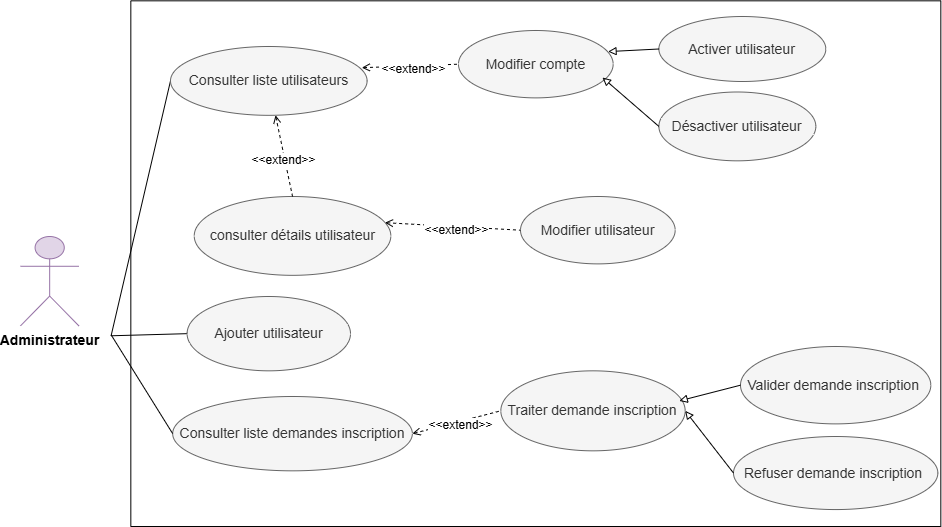
rihab-dev/Rapport-PFE keeps this draw.io diagram as Images/Gérer utilisateur.drawio.png. Above is the earlier version. Source tidied: cells renumbered, new cells last; positions are measured from the earlier drawing's top-left corner, leaving out a move shared by most shapes.
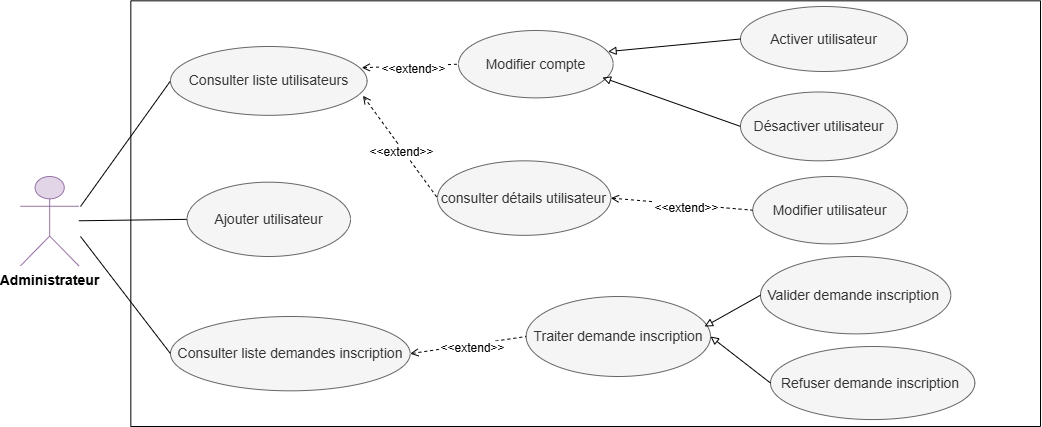
Later version of the same file.

Diff of the diagram source:
```diff
@@ -2,103 +2,101 @@
   <root>
     <mxCell id="0" />
     <mxCell id="1" parent="0" />
-    <mxCell id="2" style="endArrow=none;html=1;rounded=0;entryX=0;entryY=0.5;entryDx=0;entryDy=0;endFill=0;" parent="1" edge="1" target="11">
-      <mxGeometry relative="1" as="geometry">
-        <mxPoint x="90.6" y="335.3" as="sourcePoint" />
-      </mxGeometry>
-    </mxCell>
-    <mxCell id="3" style="endArrow=none;html=1;rounded=0;entryX=0;entryY=0.5;entryDx=0;entryDy=0;endFill=0;" parent="1" edge="1" target="10">
-      <mxGeometry relative="1" as="geometry">
-        <mxPoint x="90.6" y="335.3" as="sourcePoint" />
-      </mxGeometry>
-    </mxCell>
+    <mxCell id="30" style="endArrow=none;html=1;rounded=0;entryX=0;entryY=0.5;entryDx=0;entryDy=0;endFill=0;" parent="1" edge="1" target="11">
+      <mxGeometry relative="1" as="geometry">
+        <mxPoint x="60" y="266" as="sourcePoint" />
+      </mxGeometry>
+    </mxCell>
+    <mxCell id="31" style="endArrow=none;html=1;rounded=0;entryX=0;entryY=0.5;entryDx=0;entryDy=0;endFill=0;" parent="1" edge="1" source="4" target="10">
+      <mxGeometry relative="1" as="geometry" />
+    </mxCell>
     <mxCell id="4" value="&lt;b&gt;&lt;font style=&quot;font-size: 14px;&quot;&gt;Administrateur&lt;/font&gt;&lt;/b&gt;" style="shape=umlActor;verticalLabelPosition=bottom;verticalAlign=top;html=1;outlineConnect=0;fillColor=#e1d5e7;strokeColor=#9673a6;" parent="1" vertex="1">
       <mxGeometry y="236" width="58.3" height="89.3" as="geometry" />
     </mxCell>
-    <mxCell id="5" style="swimlane;startSize=0;" parent="1" vertex="1">
-      <mxGeometry x="110.3" y="0.3" width="810" height="525.7" as="geometry" />
-    </mxCell>
+    <mxCell id="32" style="swimlane;startSize=0;" parent="1" vertex="1">
+      <mxGeometry x="110.3" y="60.3" width="909.7" height="425.7" as="geometry" />
+    </mxCell>
-    <mxCell id="6" value="&lt;span style=&quot;font-size: 14px;&quot;&gt;consulter détails utilisateur&lt;/span&gt;" style="ellipse;whiteSpace=wrap;html=1;fillColor=#f5f5f5;fontColor=#333333;strokeColor=#666666;" parent="5" vertex="1">
-      <mxGeometry x="63.4" y="195.7" width="196.6" height="78.8" as="geometry" />
+    <mxCell id="6" value="&lt;span style=&quot;font-size: 14px;&quot;&gt;consulter détails utilisateur&lt;/span&gt;" style="ellipse;whiteSpace=wrap;html=1;fillColor=#f5f5f5;fontColor=#333333;strokeColor=#666666;" parent="32" vertex="1">
+      <mxGeometry x="306.7" y="160" width="173.3" height="74.5" as="geometry" />
     </mxCell>
-    <mxCell id="7" value="&lt;span style=&quot;font-size: 14px;&quot;&gt;Modifier compte&lt;/span&gt;" style="ellipse;whiteSpace=wrap;html=1;fillColor=#f5f5f5;fontColor=#333333;strokeColor=#666666;" parent="5" vertex="1">
+    <mxCell id="7" value="&lt;span style=&quot;font-size: 14px;&quot;&gt;Modifier compte&lt;/span&gt;" style="ellipse;whiteSpace=wrap;html=1;fillColor=#f5f5f5;fontColor=#333333;strokeColor=#666666;" parent="32" vertex="1">
       <mxGeometry x="327.7" y="29.7" width="154.7" height="67.4" as="geometry" />
     </mxCell>
-    <mxCell id="8" value="&lt;span style=&quot;font-size: 14px;&quot;&gt;Activer utilisateur&lt;/span&gt;" style="ellipse;whiteSpace=wrap;html=1;fillColor=#f5f5f5;fontColor=#333333;strokeColor=#666666;" parent="5" vertex="1">
-      <mxGeometry x="528" y="15.7" width="166.9" height="65" as="geometry" />
+    <mxCell id="8" value="&lt;span style=&quot;font-size: 14px;&quot;&gt;Activer utilisateur&lt;/span&gt;" style="ellipse;whiteSpace=wrap;html=1;fillColor=#f5f5f5;fontColor=#333333;strokeColor=#666666;" parent="32" vertex="1">
+      <mxGeometry x="609.7" y="5.7" width="166.9" height="65" as="geometry" />
     </mxCell>
-    <mxCell id="9" style="endArrow=block;html=1;rounded=0;endFill=0;exitX=0;exitY=0.5;exitDx=0;exitDy=0;entryX=0.967;entryY=0.313;entryDx=0;entryDy=0;entryPerimeter=0;" parent="5" edge="1" source="8" target="7">
+    <mxCell id="9" style="endArrow=block;html=1;rounded=0;endFill=0;exitX=0;exitY=0.5;exitDx=0;exitDy=0;entryX=0.967;entryY=0.313;entryDx=0;entryDy=0;entryPerimeter=0;" parent="32" edge="1" source="8" target="7">
       <mxGeometry relative="1" as="geometry" />
     </mxCell>
-    <mxCell id="10" value="&lt;font style=&quot;font-size: 14px;&quot;&gt;Ajouter utilisateur&lt;/font&gt;" style="ellipse;whiteSpace=wrap;html=1;fillColor=#f5f5f5;fontColor=#333333;strokeColor=#666666;" parent="5" vertex="1">
-      <mxGeometry x="56.3" y="295.7" width="163.4" height="74.3" as="geometry" />
+    <mxCell id="10" value="&lt;font style=&quot;font-size: 14px;&quot;&gt;Ajouter utilisateur&lt;/font&gt;" style="ellipse;whiteSpace=wrap;html=1;fillColor=#f5f5f5;fontColor=#333333;strokeColor=#666666;" parent="32" vertex="1">
+      <mxGeometry x="56.3" y="181.3" width="163.4" height="74.3" as="geometry" />
     </mxCell>
-    <mxCell id="11" value="&lt;font style=&quot;font-size: 14px;&quot;&gt;Consulter liste utilisateurs&lt;/font&gt;" style="ellipse;whiteSpace=wrap;html=1;fillColor=#f5f5f5;fontColor=#333333;strokeColor=#666666;" parent="5" vertex="1">
+    <mxCell id="11" value="&lt;font style=&quot;font-size: 14px;&quot;&gt;Consulter liste utilisateurs&lt;/font&gt;" style="ellipse;whiteSpace=wrap;html=1;fillColor=#f5f5f5;fontColor=#333333;strokeColor=#666666;" parent="32" vertex="1">
       <mxGeometry x="39.7" y="45.7" width="196.6" height="68.8" as="geometry" />
     </mxCell>
-    <mxCell id="12" style="endArrow=none;dashed=1;html=1;rounded=0;startArrow=open;startFill=0;entryX=0;entryY=0.5;entryDx=0;entryDy=0;exitX=0.973;exitY=0.308;exitDx=0;exitDy=0;exitPerimeter=0;" parent="5" edge="1" source="11" target="7">
+    <mxCell id="12" style="endArrow=none;dashed=1;html=1;rounded=0;startArrow=open;startFill=0;entryX=0;entryY=0.5;entryDx=0;entryDy=0;exitX=0.973;exitY=0.308;exitDx=0;exitDy=0;exitPerimeter=0;" parent="32" edge="1" source="11" target="7">
       <mxGeometry relative="1" as="geometry" />
     </mxCell>
-    <mxCell id="13" value="&lt;font style=&quot;font-size: 12px;&quot;&gt;&amp;lt;&amp;lt;extend&amp;gt;&amp;gt;&lt;/font&gt;" style="edgeLabel;html=1;align=center;verticalAlign=middle;" parent="12" vertex="1">
-      <mxGeometry x="0.05" y="-2" relative="1" as="geometry">
-        <mxPoint y="1" as="offset" />
-      </mxGeometry>
-    </mxCell>
+    <mxCell id="33" value="&lt;font style=&quot;font-size: 12px;&quot;&gt;&amp;lt;&amp;lt;extend&amp;gt;&amp;gt;&lt;/font&gt;" style="edgeLabel;html=1;align=center;verticalAlign=middle;" parent="12" vertex="1">
+      <mxGeometry x="0.05" y="-2" relative="1" as="geometry">
+        <mxPoint y="1" as="offset" />
+      </mxGeometry>
+    </mxCell>
-    <mxCell id="14" value="&lt;span style=&quot;font-size: 14px;&quot;&gt;Modifier utilisateur&lt;/span&gt;" style="ellipse;whiteSpace=wrap;html=1;fillColor=#f5f5f5;fontColor=#333333;strokeColor=#666666;" parent="5" vertex="1">
-      <mxGeometry x="389.7" y="195.7" width="154.7" height="67.4" as="geometry" />
+    <mxCell id="14" value="&lt;span style=&quot;font-size: 14px;&quot;&gt;Modifier utilisateur&lt;/span&gt;" style="ellipse;whiteSpace=wrap;html=1;fillColor=#f5f5f5;fontColor=#333333;strokeColor=#666666;" parent="32" vertex="1">
+      <mxGeometry x="621.9" y="175.7" width="154.7" height="67.4" as="geometry" />
     </mxCell>
-    <mxCell id="15" style="endArrow=none;dashed=1;html=1;rounded=0;startArrow=open;startFill=0;exitX=0.97;exitY=0.332;exitDx=0;exitDy=0;exitPerimeter=0;entryX=0;entryY=0.5;entryDx=0;entryDy=0;" parent="5" edge="1" source="6" target="14">
+    <mxCell id="15" style="endArrow=none;dashed=1;html=1;rounded=0;startArrow=open;startFill=0;exitX=1;exitY=0.5;exitDx=0;exitDy=0;entryX=0;entryY=0.5;entryDx=0;entryDy=0;" parent="32" edge="1" source="6" target="14">
       <mxGeometry relative="1" as="geometry" />
     </mxCell>
-    <mxCell id="16" value="&lt;font style=&quot;font-size: 12px;&quot;&gt;&amp;lt;&amp;lt;extend&amp;gt;&amp;gt;&lt;/font&gt;" style="edgeLabel;html=1;align=center;verticalAlign=middle;" parent="15" vertex="1">
-      <mxGeometry x="0.05" y="-2" relative="1" as="geometry">
-        <mxPoint y="1" as="offset" />
-      </mxGeometry>
-    </mxCell>
+    <mxCell id="34" value="&lt;font style=&quot;font-size: 12px;&quot;&gt;&amp;lt;&amp;lt;extend&amp;gt;&amp;gt;&lt;/font&gt;" style="edgeLabel;html=1;align=center;verticalAlign=middle;" parent="15" vertex="1">
+      <mxGeometry x="0.05" y="-2" relative="1" as="geometry">
+        <mxPoint y="1" as="offset" />
+      </mxGeometry>
+    </mxCell>
-    <mxCell id="17" style="endArrow=none;dashed=1;html=1;rounded=0;startArrow=open;startFill=0;entryX=0.5;entryY=0;entryDx=0;entryDy=0;" parent="5" edge="1" source="11" target="6">
+    <mxCell id="17" style="endArrow=none;dashed=1;html=1;rounded=0;startArrow=open;startFill=0;entryX=0;entryY=0.5;entryDx=0;entryDy=0;exitX=0.979;exitY=0.715;exitDx=0;exitDy=0;exitPerimeter=0;" parent="32" edge="1" source="11" target="6">
       <mxGeometry relative="1" as="geometry" />
     </mxCell>
-    <mxCell id="18" value="&lt;font style=&quot;font-size: 12px;&quot;&gt;&amp;lt;&amp;lt;extend&amp;gt;&amp;gt;&lt;/font&gt;" style="edgeLabel;html=1;align=center;verticalAlign=middle;" parent="17" vertex="1">
-      <mxGeometry x="0.05" y="-2" relative="1" as="geometry">
-        <mxPoint y="1" as="offset" />
-      </mxGeometry>
-    </mxCell>
+    <mxCell id="35" value="&lt;font style=&quot;font-size: 12px;&quot;&gt;&amp;lt;&amp;lt;extend&amp;gt;&amp;gt;&lt;/font&gt;" style="edgeLabel;html=1;align=center;verticalAlign=middle;" parent="17" vertex="1">
+      <mxGeometry x="0.05" y="-2" relative="1" as="geometry">
+        <mxPoint y="1" as="offset" />
+      </mxGeometry>
+    </mxCell>
-    <mxCell id="19" value="&lt;span style=&quot;font-size: 14px;&quot;&gt;Désactiver&amp;nbsp;&lt;/span&gt;&lt;span style=&quot;font-size: 14px;&quot;&gt;utilisateur&lt;/span&gt;" style="ellipse;whiteSpace=wrap;html=1;fillColor=#f5f5f5;fontColor=#333333;strokeColor=#666666;" parent="5" vertex="1">
-      <mxGeometry x="528" y="91.2" width="156.9" height="68.8" as="geometry" />
+    <mxCell id="19" value="&lt;span style=&quot;font-size: 14px;&quot;&gt;Désactiver&amp;nbsp;&lt;/span&gt;&lt;span style=&quot;font-size: 14px;&quot;&gt;utilisateur&lt;/span&gt;" style="ellipse;whiteSpace=wrap;html=1;fillColor=#f5f5f5;fontColor=#333333;strokeColor=#666666;" parent="32" vertex="1">
+      <mxGeometry x="609.7" y="91.2" width="156.9" height="68.8" as="geometry" />
     </mxCell>
-    <mxCell id="20" style="endArrow=block;html=1;rounded=0;entryX=0.931;entryY=0.698;entryDx=0;entryDy=0;endFill=0;exitX=0;exitY=0.5;exitDx=0;exitDy=0;entryPerimeter=0;" parent="5" edge="1" source="19" target="7">
+    <mxCell id="20" style="endArrow=block;html=1;rounded=0;entryX=0.931;entryY=0.698;entryDx=0;entryDy=0;endFill=0;exitX=0;exitY=0.5;exitDx=0;exitDy=0;entryPerimeter=0;" parent="32" edge="1" source="19" target="7">
       <mxGeometry relative="1" as="geometry" />
     </mxCell>
-    <mxCell id="21" value="&lt;font style=&quot;font-size: 14px;&quot;&gt;Consulter liste demandes inscription&lt;/font&gt;" style="ellipse;whiteSpace=wrap;html=1;fillColor=#f5f5f5;fontColor=#333333;strokeColor=#666666;" parent="5" vertex="1">
-      <mxGeometry x="41.9" y="395.7" width="239.7" height="74.3" as="geometry" />
+    <mxCell id="21" value="&lt;font style=&quot;font-size: 14px;&quot;&gt;Consulter liste demandes inscription&lt;/font&gt;" style="ellipse;whiteSpace=wrap;html=1;fillColor=#f5f5f5;fontColor=#333333;strokeColor=#666666;" parent="32" vertex="1">
+      <mxGeometry x="39.7" y="315.7" width="239.7" height="74.3" as="geometry" />
     </mxCell>
-    <mxCell id="22" value="&lt;span style=&quot;font-size: 14px;&quot;&gt;Traiter demande&amp;nbsp;&lt;/span&gt;&lt;span style=&quot;font-size: 14px;&quot;&gt;inscription&lt;/span&gt;" style="ellipse;whiteSpace=wrap;html=1;fillColor=#f5f5f5;fontColor=#333333;strokeColor=#666666;" parent="5" vertex="1">
-      <mxGeometry x="370" y="370" width="184.3" height="80" as="geometry" />
+    <mxCell id="22" value="&lt;span style=&quot;font-size: 14px;&quot;&gt;Traiter demande&amp;nbsp;&lt;/span&gt;&lt;span style=&quot;font-size: 14px;&quot;&gt;inscription&lt;/span&gt;" style="ellipse;whiteSpace=wrap;html=1;fillColor=#f5f5f5;fontColor=#333333;strokeColor=#666666;" parent="32" vertex="1">
+      <mxGeometry x="395.3" y="295.7" width="184.3" height="80" as="geometry" />
     </mxCell>
-    <mxCell id="23" value="&lt;span style=&quot;font-size: 14px;&quot;&gt;Refuser demande&amp;nbsp;&lt;/span&gt;&lt;span style=&quot;font-size: 14px;&quot;&gt;inscription&lt;/span&gt;&lt;span style=&quot;font-size: 14px;&quot;&gt;&amp;nbsp;&lt;/span&gt;" style="ellipse;whiteSpace=wrap;html=1;fillColor=#f5f5f5;fontColor=#333333;strokeColor=#666666;" parent="5" vertex="1">
-      <mxGeometry x="602.7" y="435.7" width="204.3" height="73" as="geometry" />
+    <mxCell id="23" value="&lt;span style=&quot;font-size: 14px;&quot;&gt;Refuser demande&amp;nbsp;&lt;/span&gt;&lt;span style=&quot;font-size: 14px;&quot;&gt;inscription&lt;/span&gt;&lt;span style=&quot;font-size: 14px;&quot;&gt;&amp;nbsp;&lt;/span&gt;" style="ellipse;whiteSpace=wrap;html=1;fillColor=#f5f5f5;fontColor=#333333;strokeColor=#666666;" parent="32" vertex="1">
+      <mxGeometry x="639.7" y="345.7" width="204.3" height="73" as="geometry" />
     </mxCell>
-    <mxCell id="24" value="&lt;span style=&quot;font-size: 14px;&quot;&gt;Valider demande&amp;nbsp;&lt;/span&gt;&lt;span style=&quot;font-size: 14px;&quot;&gt;inscription&lt;/span&gt;&lt;span style=&quot;font-size: 14px;&quot;&gt;&amp;nbsp;&lt;/span&gt;" style="ellipse;whiteSpace=wrap;html=1;fillColor=#f5f5f5;fontColor=#333333;strokeColor=#666666;" parent="5" vertex="1">
-      <mxGeometry x="609.7" y="345.7" width="190.3" height="77.4" as="geometry" />
+    <mxCell id="24" value="&lt;span style=&quot;font-size: 14px;&quot;&gt;Valider demande&amp;nbsp;&lt;/span&gt;&lt;span style=&quot;font-size: 14px;&quot;&gt;inscription&lt;/span&gt;&lt;span style=&quot;font-size: 14px;&quot;&gt;&amp;nbsp;&lt;/span&gt;" style="ellipse;whiteSpace=wrap;html=1;fillColor=#f5f5f5;fontColor=#333333;strokeColor=#666666;" parent="32" vertex="1">
+      <mxGeometry x="629.7" y="255.7" width="190.3" height="77.4" as="geometry" />
     </mxCell>
-    <mxCell id="25" style="endArrow=block;html=1;rounded=0;endFill=0;exitX=0;exitY=0.5;exitDx=0;exitDy=0;entryX=0.968;entryY=0.376;entryDx=0;entryDy=0;entryPerimeter=0;" parent="5" edge="1" source="24" target="22">
+    <mxCell id="25" style="endArrow=block;html=1;rounded=0;endFill=0;exitX=0;exitY=0.5;exitDx=0;exitDy=0;entryX=0.968;entryY=0.376;entryDx=0;entryDy=0;entryPerimeter=0;" parent="32" edge="1" source="24" target="22">
       <mxGeometry relative="1" as="geometry" />
     </mxCell>
-    <mxCell id="26" style="endArrow=block;html=1;rounded=0;entryX=1;entryY=0.5;entryDx=0;entryDy=0;endFill=0;exitX=0;exitY=0.5;exitDx=0;exitDy=0;" parent="5" edge="1" source="23" target="22">
+    <mxCell id="26" style="endArrow=block;html=1;rounded=0;entryX=1;entryY=0.5;entryDx=0;entryDy=0;endFill=0;exitX=0;exitY=0.5;exitDx=0;exitDy=0;" parent="32" edge="1" source="23" target="22">
       <mxGeometry relative="1" as="geometry" />
     </mxCell>
-    <mxCell id="27" style="endArrow=none;dashed=1;html=1;rounded=0;startArrow=open;startFill=0;exitX=1;exitY=0.5;exitDx=0;exitDy=0;entryX=0;entryY=0.5;entryDx=0;entryDy=0;" parent="5" edge="1" source="21" target="22">
+    <mxCell id="27" style="endArrow=none;dashed=1;html=1;rounded=0;startArrow=open;startFill=0;exitX=1;exitY=0.5;exitDx=0;exitDy=0;entryX=0;entryY=0.5;entryDx=0;entryDy=0;" parent="32" edge="1" source="21" target="22">
       <mxGeometry relative="1" as="geometry" />
     </mxCell>
-    <mxCell id="28" value="&lt;font style=&quot;font-size: 12px;&quot;&gt;&amp;lt;&amp;lt;extend&amp;gt;&amp;gt;&lt;/font&gt;" style="edgeLabel;html=1;align=center;verticalAlign=middle;" parent="27" vertex="1">
-      <mxGeometry x="0.05" y="-2" relative="1" as="geometry">
-        <mxPoint y="1" as="offset" />
-      </mxGeometry>
-    </mxCell>
-    <mxCell id="29" style="endArrow=none;html=1;rounded=0;entryX=0;entryY=0.5;entryDx=0;entryDy=0;endFill=0;" parent="5" edge="1" target="21">
-      <mxGeometry relative="1" as="geometry">
-        <mxPoint x="-19.7" y="334" as="sourcePoint" />
-      </mxGeometry>
-    </mxCell>
+    <mxCell id="36" value="&lt;font style=&quot;font-size: 12px;&quot;&gt;&amp;lt;&amp;lt;extend&amp;gt;&amp;gt;&lt;/font&gt;" style="edgeLabel;html=1;align=center;verticalAlign=middle;" parent="27" vertex="1">
+      <mxGeometry x="0.05" y="-2" relative="1" as="geometry">
+        <mxPoint y="1" as="offset" />
+      </mxGeometry>
+    </mxCell>
+    <mxCell id="37" style="endArrow=none;html=1;rounded=0;entryX=0;entryY=0.5;entryDx=0;entryDy=0;endFill=0;" parent="32" edge="1" target="21">
+      <mxGeometry relative="1" as="geometry">
+        <mxPoint x="-50.3" y="235.7" as="sourcePoint" />
+      </mxGeometry>
+    </mxCell>
   </root>
 </mxGraphModel>
```
